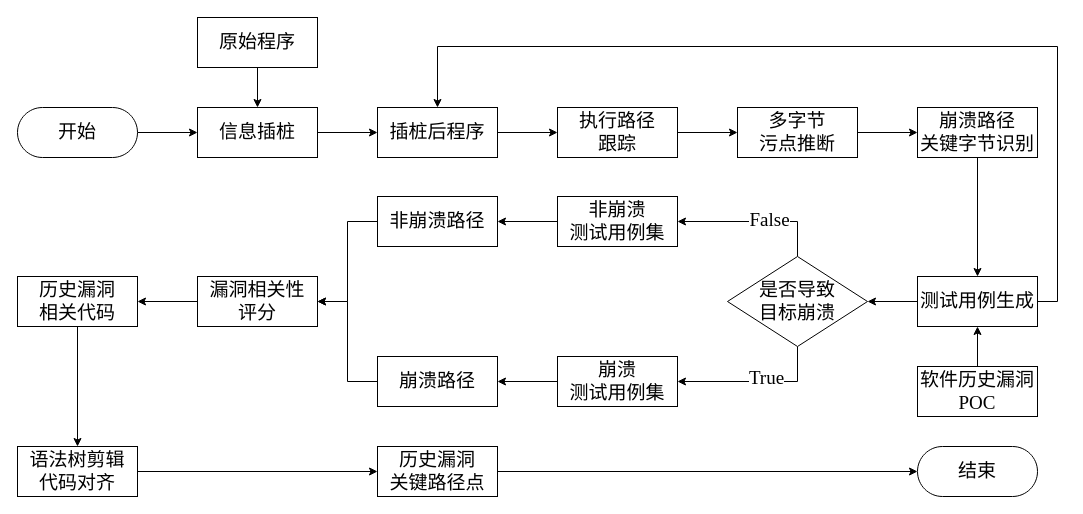
Earlier version of the draw.io diagram page "第 3 页" (3 of 16) of 未命名绘图.drawio (blu3sh0rk/Draw). Source tidied: cells renumbered, new cells numbered last; positions are measured from the earlier drawing's top-left corner, leaving out a move shared by most shapes. Both pictures are drawn from the tidied source at 100%, with x=0, y=0 at pixel (17, 17).
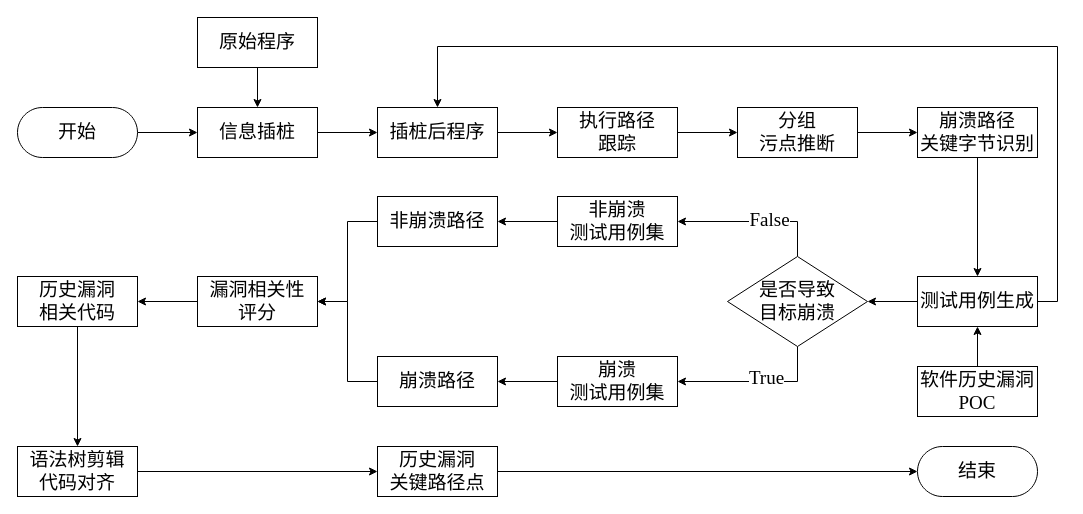
The same page after the edit.

The edit, as a diff of the source:
```diff
@@
-    <mxCell id="9" value="多字节&lt;div style=&quot;font-size: 19px;&quot;&gt;污点推断&lt;/div&gt;" style="rounded=0;whiteSpace=wrap;html=1;strokeWidth=1;fontSize=19;fontFamily=黑体;" parent="1" vertex="1">
+    <mxCell id="9" value="分组&lt;div style=&quot;font-size: 19px;&quot;&gt;污点推断&lt;/div&gt;" style="rounded=0;whiteSpace=wrap;html=1;strokeWidth=1;fontSize=19;fontFamily=黑体;" parent="1" vertex="1">
       <mxGeometry x="720" y="90" width="120" height="50" as="geometry" />
     </mxCell>
```
